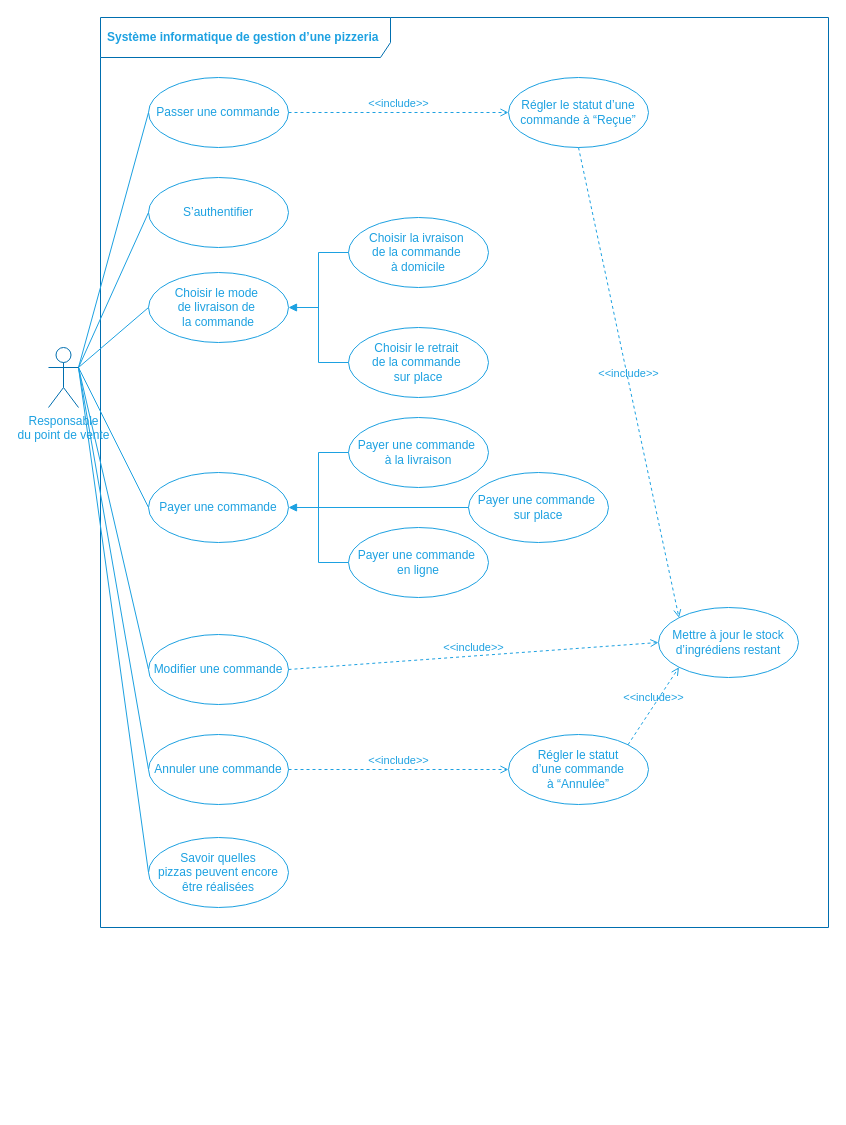
Before: img/figure_use-case-diagram-manager.dio in centvingt/OCPizzaRedaction, a draw.io diagram. Source tidied: cells renumbered, new cells numbered last; positions are measured from the earlier drawing's top-left corner, leaving out a move shared by most shapes. Both pictures are drawn from the tidied source at 100%, with x=0, y=0 at pixel (48, 17).
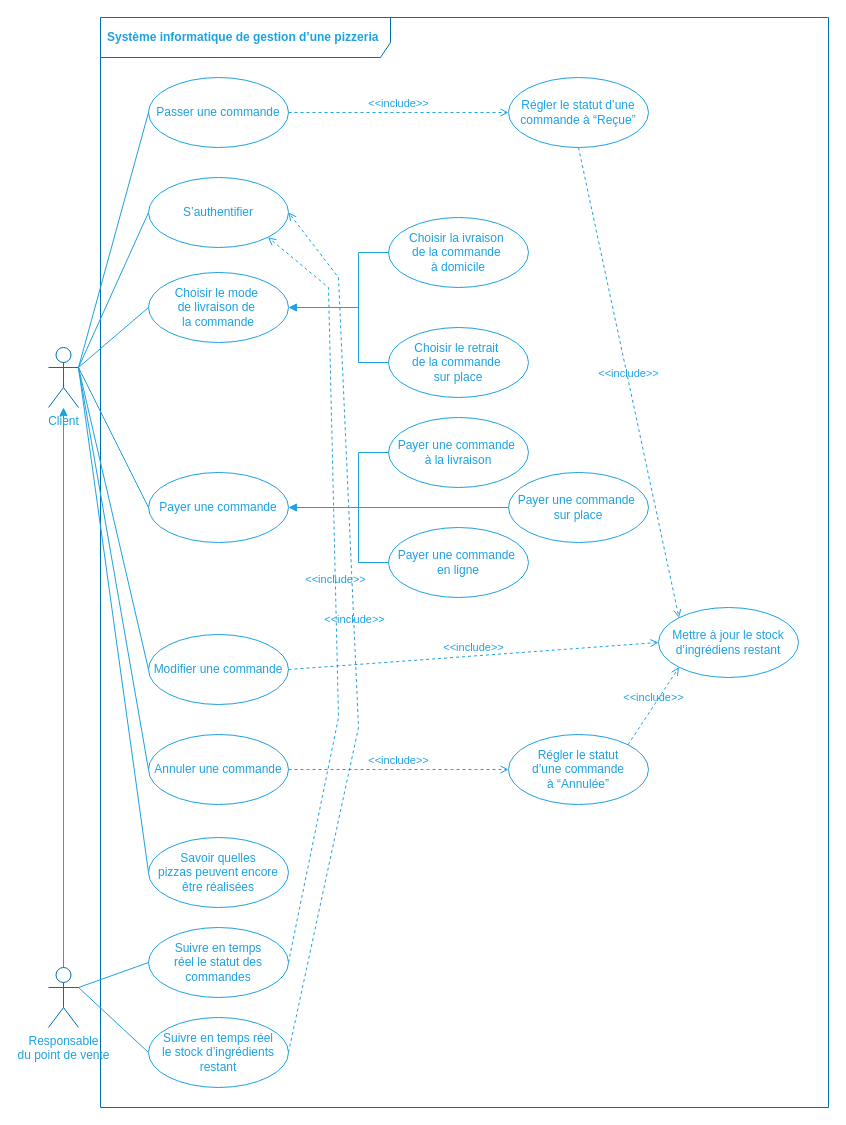
After the change.

The change refers to these unchanged cells:
```xml
<mxCell id="28" value="&lt;font color=&quot;#1da1e1&quot;&gt;S’authentifier&lt;/font&gt;" style="ellipse;whiteSpace=wrap;html=1;fillColor=none;strokeColor=#1DA1E1;" parent="1" vertex="1">
  <mxGeometry x="100" y="160" width="140" height="70" as="geometry" />
</mxCell>
```

Diff of the diagram source:
```diff
@@
     <mxCell id="2" value="&lt;font color=&quot;#1da1e1&quot;&gt;Système informatique de gestion d’une pizzeria&lt;/font&gt;" style="shape=umlFrame;whiteSpace=wrap;html=1;width=290;height=40;boundedLbl=1;verticalAlign=middle;align=left;spacingLeft=5;strokeColor=#006EAF;fontColor=#ffffff;fillColor=none;fontStyle=1;" parent="1" vertex="1">
-      <mxGeometry x="52" width="728" height="910" as="geometry" />
+      <mxGeometry x="52" width="728" height="1090" as="geometry" />
     </mxCell>
@@
-    <mxCell id="16" style="group;" parent="1" vertex="1">
-      <mxGeometry x="100" y="200" width="340" height="180" as="geometry" />
-    </mxCell>
-    <mxCell id="17" value="&lt;span style=&quot;color: rgb(29 , 161 , 225)&quot;&gt;Choisir le mode&amp;nbsp;&lt;/span&gt;&lt;br style=&quot;color: rgb(29 , 161 , 225)&quot;&gt;&lt;span style=&quot;color: rgb(29 , 161 , 225)&quot;&gt;de livraison de&amp;nbsp;&lt;/span&gt;&lt;br style=&quot;color: rgb(29 , 161 , 225)&quot;&gt;&lt;span style=&quot;color: rgb(29 , 161 , 225)&quot;&gt;la commande&lt;/span&gt;" style="ellipse;whiteSpace=wrap;html=1;fillColor=none;strokeColor=#1DA1E1;" parent="16" vertex="1">
-      <mxGeometry y="55" width="140" height="70" as="geometry" />
-    </mxCell>
-    <mxCell id="18" style="group;" parent="16" vertex="1">
-      <mxGeometry x="170" width="170" height="180" as="geometry" />
-    </mxCell>
-    <mxCell id="19" value="&lt;span style=&quot;color: rgb(29 , 161 , 225)&quot;&gt;Choisir le retrait&amp;nbsp;&lt;/span&gt;&lt;br style=&quot;color: rgb(29 , 161 , 225)&quot;&gt;&lt;span style=&quot;color: rgb(29 , 161 , 225)&quot;&gt;de la commande&amp;nbsp;&lt;/span&gt;&lt;br style=&quot;color: rgb(29 , 161 , 225)&quot;&gt;&lt;span style=&quot;color: rgb(29 , 161 , 225)&quot;&gt;sur place&lt;/span&gt;" style="ellipse;whiteSpace=wrap;html=1;fillColor=none;strokeColor=#1DA1E1;" parent="18" vertex="1">
-      <mxGeometry x="30" y="110" width="140" height="70" as="geometry" />
-    </mxCell>
-    <mxCell id="20" style="edgeStyle=orthogonalEdgeStyle;rounded=0;jettySize=auto;html=1;exitX=0;exitY=0.5;exitDx=0;exitDy=0;entryX=0;entryY=0.5;entryDx=0;entryDy=0;endArrow=none;endFill=0;strokeColor=#1DA1E1;" parent="18" edge="1" source="21" target="19">
-      <mxGeometry relative="1" as="geometry">
-        <Array as="points">
-          <mxPoint y="35" />
-          <mxPoint y="145" />
-        </Array>
-      </mxGeometry>
-    </mxCell>
-    <mxCell id="21" value="&lt;span style=&quot;color: rgb(29 , 161 , 225)&quot;&gt;Choisir la ivraison&amp;nbsp;&lt;/span&gt;&lt;br style=&quot;color: rgb(29 , 161 , 225)&quot;&gt;&lt;span style=&quot;color: rgb(29 , 161 , 225)&quot;&gt;de la commande&amp;nbsp;&lt;/span&gt;&lt;br style=&quot;color: rgb(29 , 161 , 225)&quot;&gt;&lt;span style=&quot;color: rgb(29 , 161 , 225)&quot;&gt;à domicile&lt;/span&gt;" style="ellipse;whiteSpace=wrap;html=1;fillColor=none;strokeColor=#1DA1E1;" parent="18" vertex="1">
-      <mxGeometry x="30" width="140" height="70" as="geometry" />
-    </mxCell>
-    <mxCell id="22" style="rounded=0;jettySize=auto;html=1;endArrow=block;endFill=1;strokeColor=#1DA1E1;entryX=1;entryY=0.5;entryDx=0;entryDy=0;" parent="16" edge="1" target="17">
-      <mxGeometry relative="1" as="geometry">
-        <mxPoint x="170" y="90" as="sourcePoint" />
-      </mxGeometry>
-    </mxCell>
@@
-    <mxCell id="31" style="group;" parent="1" vertex="1">
-      <mxGeometry x="100" y="400" width="460" height="180" as="geometry" />
-    </mxCell>
+    <mxCell id="40" style="edgeStyle=none;rounded=0;jettySize=auto;html=1;exitX=0;exitY=0.5;exitDx=0;exitDy=0;entryX=1;entryY=0.3333333333333333;entryDx=0;entryDy=0;entryPerimeter=0;endArrow=none;endFill=0;strokeColor=#1DA1E1;" parent="1" edge="1" source="41" target="45">
+      <mxGeometry relative="1" as="geometry" />
+    </mxCell>
+    <mxCell id="41" value="&lt;font color=&quot;#1da1e1&quot;&gt;Suivre en temps&amp;nbsp;réel &lt;br&gt;le stock d’ingrédients &lt;br&gt;restant&lt;/font&gt;" style="ellipse;whiteSpace=wrap;html=1;fillColor=none;strokeColor=#1DA1E1;" parent="1" vertex="1">
+      <mxGeometry x="100" y="1000" width="140" height="70" as="geometry" />
+    </mxCell>
+    <mxCell id="42" style="rounded=0;jettySize=auto;html=1;exitX=0;exitY=0.5;exitDx=0;exitDy=0;entryX=1;entryY=0.3333333333333333;entryDx=0;entryDy=0;entryPerimeter=0;endArrow=none;endFill=0;strokeColor=#1DA1E1;" parent="1" edge="1" source="43" target="45">
+      <mxGeometry relative="1" as="geometry" />
+    </mxCell>
+    <mxCell id="43" value="&lt;font color=&quot;#1da1e1&quot;&gt;Suivre en temps &lt;br&gt;réel le statut des commandes&lt;/font&gt;" style="ellipse;whiteSpace=wrap;html=1;fillColor=none;strokeColor=#1DA1E1;" parent="1" vertex="1">
+      <mxGeometry x="100" y="910" width="140" height="70" as="geometry" />
+    </mxCell>
+    <mxCell id="44" style="edgeStyle=none;rounded=0;jettySize=auto;html=1;exitX=0.5;exitY=0;exitDx=0;exitDy=0;exitPerimeter=0;endArrow=block;endFill=1;strokeColor=#1DA1E1;" parent="1" edge="1" source="45" target="39">
+      <mxGeometry relative="1" as="geometry" />
+    </mxCell>
+    <mxCell id="45" value="&lt;font color=&quot;#1da1e1&quot;&gt;Responsable&lt;br&gt;du point de vente&lt;br&gt;&lt;/font&gt;" style="shape=umlActor;verticalLabelPosition=bottom;verticalAlign=top;html=1;strokeColor=#006EAF;fontColor=#ffffff;fillColor=none;" parent="1" vertex="1">
+      <mxGeometry y="950" width="30" height="60" as="geometry" />
+    </mxCell>
+    <mxCell id="17" value="&lt;span style=&quot;color: rgb(29 , 161 , 225)&quot;&gt;Choisir le mode&amp;nbsp;&lt;/span&gt;&lt;br style=&quot;color: rgb(29 , 161 , 225)&quot;&gt;&lt;span style=&quot;color: rgb(29 , 161 , 225)&quot;&gt;de livraison de&amp;nbsp;&lt;/span&gt;&lt;br style=&quot;color: rgb(29 , 161 , 225)&quot;&gt;&lt;span style=&quot;color: rgb(29 , 161 , 225)&quot;&gt;la commande&lt;/span&gt;" style="ellipse;whiteSpace=wrap;html=1;fillColor=none;strokeColor=#1DA1E1;" parent="1" vertex="1">
+      <mxGeometry x="100" y="255" width="140" height="70" as="geometry" />
+    </mxCell>
+    <mxCell id="18" style="group;" parent="1" vertex="1">
+      <mxGeometry x="310" y="200" width="170" height="180" as="geometry" />
+    </mxCell>
+    <mxCell id="19" value="&lt;span style=&quot;color: rgb(29 , 161 , 225)&quot;&gt;Choisir le retrait&amp;nbsp;&lt;/span&gt;&lt;br style=&quot;color: rgb(29 , 161 , 225)&quot;&gt;&lt;span style=&quot;color: rgb(29 , 161 , 225)&quot;&gt;de la commande&amp;nbsp;&lt;/span&gt;&lt;br style=&quot;color: rgb(29 , 161 , 225)&quot;&gt;&lt;span style=&quot;color: rgb(29 , 161 , 225)&quot;&gt;sur place&lt;/span&gt;" style="ellipse;whiteSpace=wrap;html=1;fillColor=none;strokeColor=#1DA1E1;" parent="18" vertex="1">
+      <mxGeometry x="30" y="110" width="140" height="70" as="geometry" />
+    </mxCell>
+    <mxCell id="20" style="edgeStyle=orthogonalEdgeStyle;rounded=0;jettySize=auto;html=1;exitX=0;exitY=0.5;exitDx=0;exitDy=0;entryX=0;entryY=0.5;entryDx=0;entryDy=0;endArrow=none;endFill=0;strokeColor=#1DA1E1;" parent="18" edge="1" source="21" target="19">
+      <mxGeometry relative="1" as="geometry">
+        <Array as="points">
+          <mxPoint y="35" />
+          <mxPoint y="145" />
+        </Array>
+      </mxGeometry>
+    </mxCell>
+    <mxCell id="21" value="&lt;span style=&quot;color: rgb(29 , 161 , 225)&quot;&gt;Choisir la ivraison&amp;nbsp;&lt;/span&gt;&lt;br style=&quot;color: rgb(29 , 161 , 225)&quot;&gt;&lt;span style=&quot;color: rgb(29 , 161 , 225)&quot;&gt;de la commande&amp;nbsp;&lt;/span&gt;&lt;br style=&quot;color: rgb(29 , 161 , 225)&quot;&gt;&lt;span style=&quot;color: rgb(29 , 161 , 225)&quot;&gt;à domicile&lt;/span&gt;" style="ellipse;whiteSpace=wrap;html=1;fillColor=none;strokeColor=#1DA1E1;" parent="18" vertex="1">
+      <mxGeometry x="30" width="140" height="70" as="geometry" />
+    </mxCell>
+    <mxCell id="22" style="rounded=0;jettySize=auto;html=1;endArrow=block;endFill=1;strokeColor=#1DA1E1;entryX=1;entryY=0.5;entryDx=0;entryDy=0;" parent="1" edge="1" target="17">
+      <mxGeometry x="140" y="230" as="geometry">
+        <mxPoint x="310" y="290" as="sourcePoint" />
+      </mxGeometry>
+    </mxCell>
-    <mxCell id="32" value="&lt;font color=&quot;#1da1e1&quot;&gt;Payer une commande&lt;/font&gt;" style="ellipse;whiteSpace=wrap;html=1;fillColor=none;strokeColor=#1DA1E1;" parent="31" vertex="1">
-      <mxGeometry y="55" width="140" height="70" as="geometry" />
+    <mxCell id="32" value="&lt;font color=&quot;#1da1e1&quot;&gt;Payer une commande&lt;/font&gt;" style="ellipse;whiteSpace=wrap;html=1;fillColor=none;strokeColor=#1DA1E1;" parent="1" vertex="1">
+      <mxGeometry x="100" y="455" width="140" height="70" as="geometry" />
     </mxCell>
-    <mxCell id="33" style="rounded=0;jettySize=auto;html=1;endArrow=block;endFill=1;strokeColor=#1DA1E1;entryX=1;entryY=0.5;entryDx=0;entryDy=0;exitX=0;exitY=0.5;exitDx=0;exitDy=0;" parent="31" edge="1" source="37" target="32">
-      <mxGeometry as="geometry" />
+    <mxCell id="33" style="rounded=0;jettySize=auto;html=1;endArrow=block;endFill=1;strokeColor=#1DA1E1;entryX=1;entryY=0.5;entryDx=0;entryDy=0;exitX=0;exitY=0.5;exitDx=0;exitDy=0;" parent="1" edge="1" source="37" target="32">
+      <mxGeometry x="180" y="430" as="geometry" />
     </mxCell>
-    <mxCell id="34" value="&lt;span style=&quot;color: rgb(29 , 161 , 225)&quot;&gt;Payer une commande&amp;nbsp;&lt;/span&gt;&lt;br style=&quot;color: rgb(29 , 161 , 225)&quot;&gt;&lt;span style=&quot;color: rgb(29 , 161 , 225)&quot;&gt;en ligne&lt;/span&gt;" style="ellipse;whiteSpace=wrap;html=1;fillColor=none;strokeColor=#1DA1E1;" parent="31" vertex="1">
-      <mxGeometry x="200" y="110" width="140" height="70" as="geometry" />
+    <mxCell id="34" value="&lt;span style=&quot;color: rgb(29 , 161 , 225)&quot;&gt;Payer une commande&amp;nbsp;&lt;/span&gt;&lt;br style=&quot;color: rgb(29 , 161 , 225)&quot;&gt;&lt;span style=&quot;color: rgb(29 , 161 , 225)&quot;&gt;en ligne&lt;/span&gt;" style="ellipse;whiteSpace=wrap;html=1;fillColor=none;strokeColor=#1DA1E1;" parent="1" vertex="1">
+      <mxGeometry x="340" y="510" width="140" height="70" as="geometry" />
     </mxCell>
-    <mxCell id="35" style="edgeStyle=orthogonalEdgeStyle;rounded=0;jettySize=auto;html=1;exitX=0;exitY=0.5;exitDx=0;exitDy=0;entryX=0;entryY=0.5;entryDx=0;entryDy=0;endArrow=none;endFill=0;strokeColor=#1DA1E1;" parent="31" edge="1" source="36" target="34">
-      <mxGeometry x="170" as="geometry">
+    <mxCell id="35" style="edgeStyle=orthogonalEdgeStyle;rounded=0;jettySize=auto;html=1;exitX=0;exitY=0.5;exitDx=0;exitDy=0;entryX=0;entryY=0.5;entryDx=0;entryDy=0;endArrow=none;endFill=0;strokeColor=#1DA1E1;" parent="1" edge="1" source="36" target="34">
+      <mxGeometry x="350" y="430" as="geometry">
         <Array as="points">
-          <mxPoint x="170" y="35" />
-          <mxPoint x="170" y="145" />
+          <mxPoint x="310" y="435" />
+          <mxPoint x="310" y="545" />
         </Array>
       </mxGeometry>
     </mxCell>
-    <mxCell id="36" value="&lt;span style=&quot;color: rgb(29 , 161 , 225)&quot;&gt;Payer une commande&amp;nbsp;&lt;/span&gt;&lt;br style=&quot;color: rgb(29 , 161 , 225)&quot;&gt;&lt;span style=&quot;color: rgb(29 , 161 , 225)&quot;&gt;à la livraison&lt;/span&gt;" style="ellipse;whiteSpace=wrap;html=1;fillColor=none;strokeColor=#1DA1E1;" parent="31" vertex="1">
-      <mxGeometry x="200" width="140" height="70" as="geometry" />
+    <mxCell id="36" value="&lt;span style=&quot;color: rgb(29 , 161 , 225)&quot;&gt;Payer une commande&amp;nbsp;&lt;/span&gt;&lt;br style=&quot;color: rgb(29 , 161 , 225)&quot;&gt;&lt;span style=&quot;color: rgb(29 , 161 , 225)&quot;&gt;à la livraison&lt;/span&gt;" style="ellipse;whiteSpace=wrap;html=1;fillColor=none;strokeColor=#1DA1E1;" parent="1" vertex="1">
+      <mxGeometry x="340" y="400" width="140" height="70" as="geometry" />
     </mxCell>
-    <mxCell id="37" value="&lt;span style=&quot;color: rgb(29 , 161 , 225)&quot;&gt;Payer une commande&amp;nbsp;&lt;/span&gt;&lt;br style=&quot;color: rgb(29 , 161 , 225)&quot;&gt;&lt;span style=&quot;color: rgb(29 , 161 , 225)&quot;&gt;sur place&lt;/span&gt;" style="ellipse;whiteSpace=wrap;html=1;fillColor=none;strokeColor=#1DA1E1;" parent="31" vertex="1">
-      <mxGeometry x="320" y="55" width="140" height="70" as="geometry" />
+    <mxCell id="37" value="&lt;span style=&quot;color: rgb(29 , 161 , 225)&quot;&gt;Payer une commande&amp;nbsp;&lt;/span&gt;&lt;br style=&quot;color: rgb(29 , 161 , 225)&quot;&gt;&lt;span style=&quot;color: rgb(29 , 161 , 225)&quot;&gt;sur place&lt;/span&gt;" style="ellipse;whiteSpace=wrap;html=1;fillColor=none;strokeColor=#1DA1E1;" parent="1" vertex="1">
+      <mxGeometry x="460" y="455" width="140" height="70" as="geometry" />
     </mxCell>
+    <mxCell id="46" value="&lt;font color=&quot;#1da1e1&quot;&gt;&amp;lt;&amp;lt;include&amp;gt;&amp;gt;&lt;/font&gt;" style="html=1;verticalAlign=bottom;labelBackgroundColor=none;endArrow=open;endFill=0;dashed=1;strokeColor=#1DA1E1;entryX=1;entryY=1;entryDx=0;entryDy=0;exitX=1;exitY=0.5;exitDx=0;exitDy=0;rounded=0;" parent="1" edge="1" source="43" target="28">
+      <mxGeometry relative="1" as="geometry">
+        <Array as="points">
+          <mxPoint x="290" y="700" />
+          <mxPoint x="280" y="270" />
+        </Array>
+      </mxGeometry>
+    </mxCell>
+    <mxCell id="47" value="&lt;font color=&quot;#1da1e1&quot;&gt;&amp;lt;&amp;lt;include&amp;gt;&amp;gt;&lt;/font&gt;" style="html=1;verticalAlign=bottom;labelBackgroundColor=none;endArrow=open;endFill=0;dashed=1;strokeColor=#1DA1E1;entryX=1;entryY=0.5;entryDx=0;entryDy=0;exitX=1;exitY=0.5;exitDx=0;exitDy=0;rounded=0;" parent="1" edge="1" source="41" target="28">
+      <mxGeometry relative="1" as="geometry">
+        <Array as="points">
+          <mxPoint x="310" y="710" />
+          <mxPoint x="290" y="260" />
+        </Array>
+      </mxGeometry>
+    </mxCell>
@@
-    <mxCell id="39" value="&lt;font color=&quot;#1da1e1&quot;&gt;Responsable&lt;br&gt;du point de vente&lt;br&gt;&lt;/font&gt;" style="shape=umlActor;verticalLabelPosition=bottom;verticalAlign=top;html=1;strokeColor=#006EAF;fontColor=#ffffff;fillColor=none;" parent="38" vertex="1">
+    <mxCell id="39" value="&lt;font color=&quot;#1da1e1&quot;&gt;Client&lt;br&gt;&lt;/font&gt;" style="shape=umlActor;verticalLabelPosition=bottom;verticalAlign=top;html=1;strokeColor=#006EAF;fontColor=#ffffff;fillColor=none;" parent="38" vertex="1">
       <mxGeometry y="330" width="30" height="60" as="geometry" />
     </mxCell>
```
